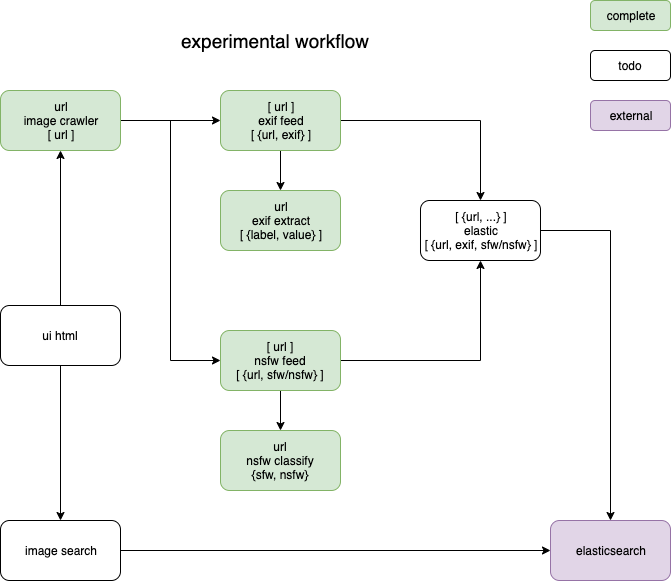
Before: gezellig.png, a diagram exported from draw.io (servernull/gezellig). Source tidied: cells renumbered, new cells last; positions are measured from the earlier drawing's top-left corner, leaving out a move shared by most shapes.
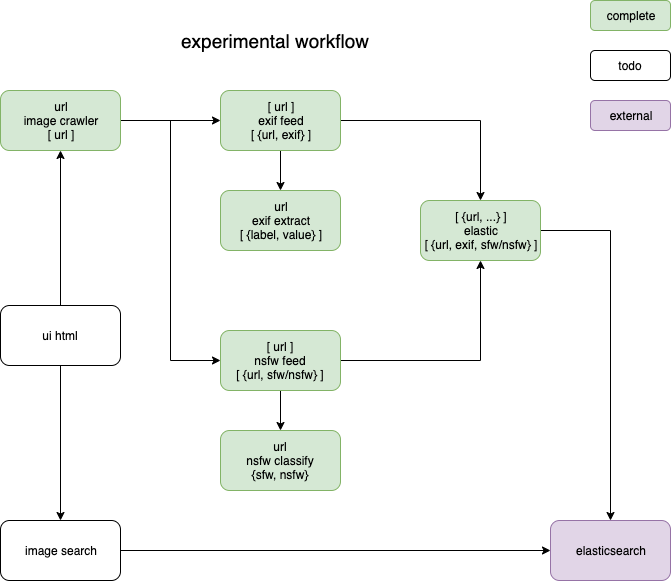
Above is the later version.

What changed in the source:
```diff
@@ -38,7 +38,7 @@
     <mxCell id="13" style="edgeStyle=orthogonalEdgeStyle;rounded=0;jettySize=auto;html=1;" parent="1" edge="1" source="14" target="16">
       <mxGeometry relative="1" as="geometry" />
     </mxCell>
-    <mxCell id="14" value="[ {url, ...} ]&lt;br&gt;elastic&lt;br&gt;[ {url, exif, sfw/nsfw} ]" style="rounded=1;whiteSpace=wrap;html=1;" parent="1" vertex="1">
+    <mxCell id="14" value="[ {url, ...} ]&lt;br&gt;elastic&lt;br&gt;[ {url, exif, sfw/nsfw} ]" style="rounded=1;whiteSpace=wrap;html=1;fillColor=#d5e8d4;strokeColor=#82b366;" parent="1" vertex="1">
       <mxGeometry x="420" y="200" width="120" height="60" as="geometry" />
     </mxCell>
     <mxCell id="15" value="&lt;font style=&quot;font-size: 19px&quot;&gt;experimental workflow&lt;/font&gt;" style="text;html=1;strokeColor=none;fillColor=none;align=center;verticalAlign=middle;whiteSpace=wrap;rounded=0;" parent="1" vertex="1">
```
